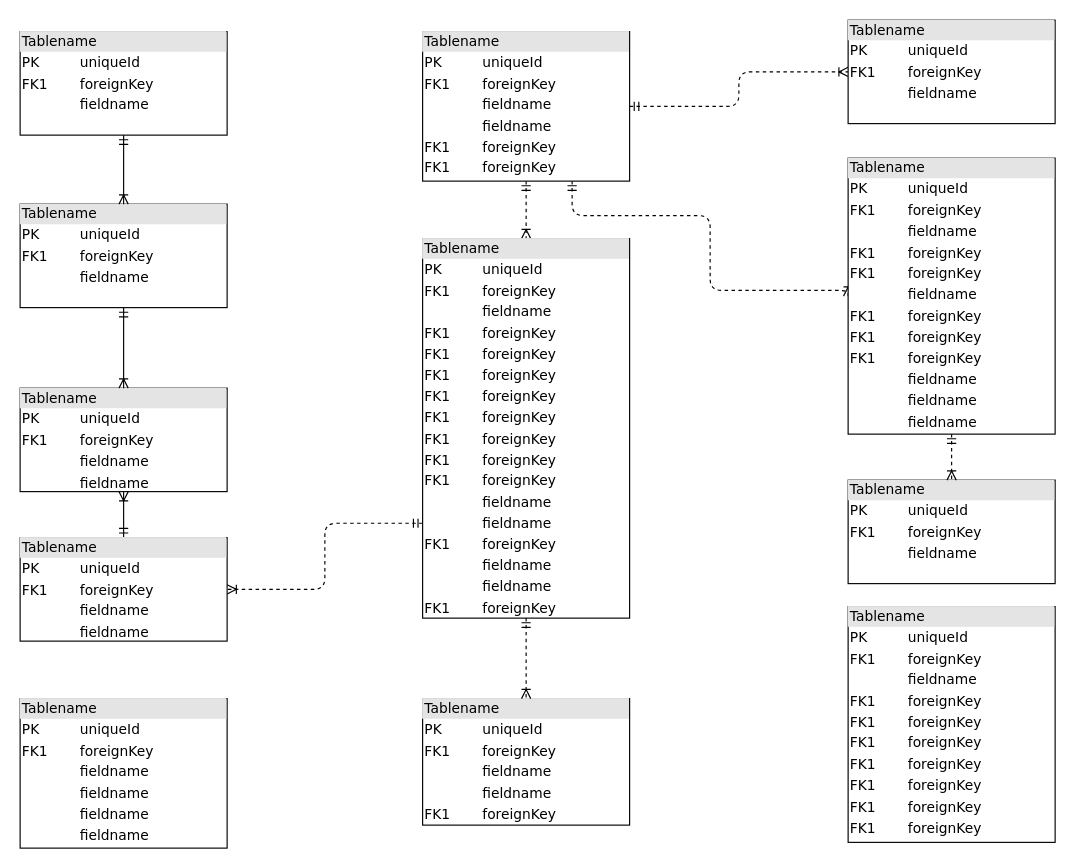
This is Proyecto/BaseDeDatos.drawio from DemiurgeApeiron/A01028325-InternetOfThings, a draw.io file, before an edit. Source tidied: cells renumbered, new cells numbered last; positions are measured from the earlier drawing's top-left corner, leaving out a move shared by most shapes. Both pictures are drawn from the tidied source at 115%, with x=0, y=0 at pixel (20, 20).
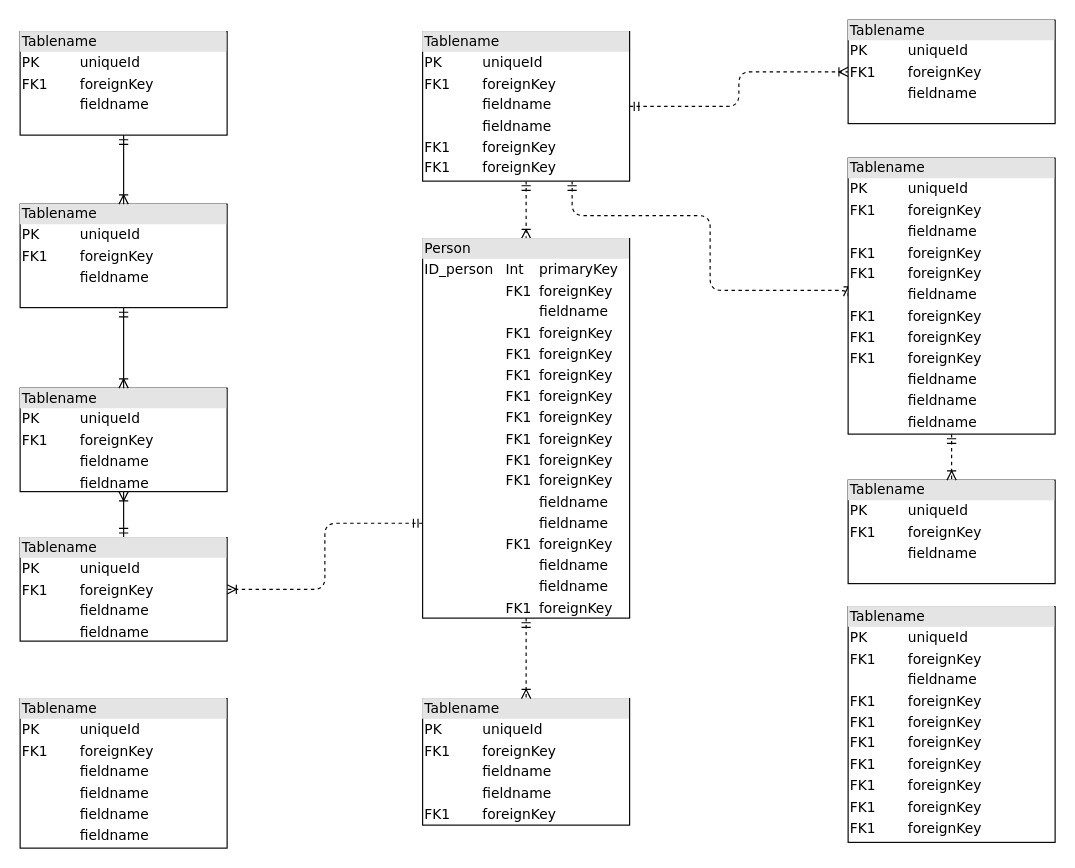
After the change.

The edit, as a diff of the source:
```diff
@@
-    <mxCell id="16" value="&lt;div style=&quot;box-sizing: border-box ; width: 100% ; background: #e4e4e4 ; padding: 2px&quot;&gt;Tablename&lt;/div&gt;&lt;table style=&quot;width: 100% ; font-size: 1em&quot; cellpadding=&quot;2&quot; cellspacing=&quot;0&quot;&gt;&lt;tbody&gt;&lt;tr&gt;&lt;td&gt;PK&lt;/td&gt;&lt;td&gt;uniqueId&lt;/td&gt;&lt;/tr&gt;&lt;tr&gt;&lt;td&gt;FK1&lt;/td&gt;&lt;td&gt;foreignKey&lt;/td&gt;&lt;/tr&gt;&lt;tr&gt;&lt;td&gt;&lt;/td&gt;&lt;td&gt;fieldname&lt;/td&gt;&lt;/tr&gt;&lt;tr&gt;&lt;td&gt;FK1&lt;br&gt;&lt;/td&gt;&lt;td&gt;foreignKey&lt;br&gt;&lt;/td&gt;&lt;/tr&gt;&lt;tr&gt;&lt;td&gt;FK1&lt;br&gt;&lt;/td&gt;&lt;td&gt;foreignKey&lt;br&gt;&lt;/td&gt;&lt;/tr&gt;&lt;tr&gt;&lt;td&gt;FK1&lt;br&gt;&lt;/td&gt;&lt;td&gt;foreignKey&lt;br&gt;&lt;/td&gt;&lt;/tr&gt;&lt;tr&gt;&lt;td&gt;FK1&lt;br&gt;&lt;/td&gt;&lt;td&gt;foreignKey&lt;br&gt;&lt;/td&gt;&lt;/tr&gt;&lt;tr&gt;&lt;td&gt;FK1&lt;br&gt;&lt;/td&gt;&lt;td&gt;foreignKey&lt;br&gt;&lt;/td&gt;&lt;/tr&gt;&lt;tr&gt;&lt;td&gt;FK1&lt;br&gt;&lt;/td&gt;&lt;td&gt;foreignKey&lt;br&gt;&lt;/td&gt;&lt;/tr&gt;&lt;tr&gt;&lt;td&gt;FK1&lt;br&gt;&lt;/td&gt;&lt;td&gt;foreignKey&lt;br&gt;&lt;/td&gt;&lt;/tr&gt;&lt;tr&gt;&lt;td&gt;FK1&lt;br&gt;&lt;/td&gt;&lt;td&gt;foreignKey&lt;br&gt;&lt;/td&gt;&lt;/tr&gt;&lt;tr&gt;&lt;td&gt;&lt;br&gt;&lt;/td&gt;&lt;td&gt;fieldname&lt;br&gt;&lt;/td&gt;&lt;/tr&gt;&lt;tr&gt;&lt;td&gt;&lt;br&gt;&lt;/td&gt;&lt;td&gt;fieldname&lt;br&gt;&lt;/td&gt;&lt;/tr&gt;&lt;tr&gt;&lt;td&gt;FK1&lt;br&gt;&lt;/td&gt;&lt;td&gt;foreignKey&lt;br&gt;&lt;/td&gt;&lt;/tr&gt;&lt;tr&gt;&lt;td&gt;&lt;br&gt;&lt;/td&gt;&lt;td&gt;fieldname&lt;br&gt;&lt;/td&gt;&lt;/tr&gt;&lt;tr&gt;&lt;td&gt;&lt;br&gt;&lt;/td&gt;&lt;td&gt;fieldname&lt;br&gt;&lt;/td&gt;&lt;/tr&gt;&lt;tr&gt;&lt;td&gt;FK1&lt;br&gt;&lt;/td&gt;&lt;td&gt;foreignKey&lt;br&gt;&lt;/td&gt;&lt;/tr&gt;&lt;/tbody&gt;&lt;/table&gt;" style="verticalAlign=top;align=left;overflow=fill;html=1;rounded=0;shadow=0;comic=0;labelBackgroundColor=none;strokeWidth=1;fontFamily=Verdana;fontSize=12;" parent="1" vertex="1">
+    <mxCell id="16" value="&lt;div style=&quot;box-sizing: border-box ; width: 100% ; background: #e4e4e4 ; padding: 2px&quot;&gt;Person&lt;/div&gt;&lt;table style=&quot;width: 100% ; font-size: 1em&quot; cellspacing=&quot;0&quot; cellpadding=&quot;2&quot;&gt;&lt;tbody&gt;&lt;tr&gt;&lt;td&gt;ID_person&lt;br&gt;&lt;/td&gt;&lt;td&gt;Int&lt;/td&gt;&lt;td&gt;primaryKey&lt;/td&gt;&lt;/tr&gt;&lt;tr&gt;&lt;td&gt;&lt;br&gt;&lt;/td&gt;&lt;td&gt;FK1&lt;/td&gt;&lt;td&gt;foreignKey&lt;/td&gt;&lt;/tr&gt;&lt;tr&gt;&lt;td&gt;&lt;br&gt;&lt;/td&gt;&lt;td&gt;&lt;br&gt;&lt;/td&gt;&lt;td&gt;fieldname&lt;/td&gt;&lt;/tr&gt;&lt;tr&gt;&lt;td&gt;&lt;br&gt;&lt;/td&gt;&lt;td&gt;FK1&lt;br&gt;&lt;/td&gt;&lt;td&gt;foreignKey&lt;br&gt;&lt;/td&gt;&lt;/tr&gt;&lt;tr&gt;&lt;td&gt;&lt;br&gt;&lt;/td&gt;&lt;td&gt;FK1&lt;br&gt;&lt;/td&gt;&lt;td&gt;foreignKey&lt;br&gt;&lt;/td&gt;&lt;/tr&gt;&lt;tr&gt;&lt;td&gt;&lt;br&gt;&lt;/td&gt;&lt;td&gt;FK1&lt;br&gt;&lt;/td&gt;&lt;td&gt;foreignKey&lt;br&gt;&lt;/td&gt;&lt;/tr&gt;&lt;tr&gt;&lt;td&gt;&lt;br&gt;&lt;/td&gt;&lt;td&gt;FK1&lt;br&gt;&lt;/td&gt;&lt;td&gt;foreignKey&lt;br&gt;&lt;/td&gt;&lt;/tr&gt;&lt;tr&gt;&lt;td&gt;&lt;br&gt;&lt;/td&gt;&lt;td&gt;FK1&lt;br&gt;&lt;/td&gt;&lt;td&gt;foreignKey&lt;br&gt;&lt;/td&gt;&lt;/tr&gt;&lt;tr&gt;&lt;td&gt;&lt;br&gt;&lt;/td&gt;&lt;td&gt;FK1&lt;br&gt;&lt;/td&gt;&lt;td&gt;foreignKey&lt;br&gt;&lt;/td&gt;&lt;/tr&gt;&lt;tr&gt;&lt;td&gt;&lt;br&gt;&lt;/td&gt;&lt;td&gt;FK1&lt;br&gt;&lt;/td&gt;&lt;td&gt;foreignKey&lt;br&gt;&lt;/td&gt;&lt;/tr&gt;&lt;tr&gt;&lt;td&gt;&lt;br&gt;&lt;/td&gt;&lt;td&gt;FK1&lt;br&gt;&lt;/td&gt;&lt;td&gt;foreignKey&lt;br&gt;&lt;/td&gt;&lt;/tr&gt;&lt;tr&gt;&lt;td&gt;&lt;br&gt;&lt;/td&gt;&lt;td&gt;&lt;br&gt;&lt;/td&gt;&lt;td&gt;fieldname&lt;br&gt;&lt;/td&gt;&lt;/tr&gt;&lt;tr&gt;&lt;td&gt;&lt;br&gt;&lt;/td&gt;&lt;td&gt;&lt;br&gt;&lt;/td&gt;&lt;td&gt;fieldname&lt;br&gt;&lt;/td&gt;&lt;/tr&gt;&lt;tr&gt;&lt;td&gt;&lt;br&gt;&lt;/td&gt;&lt;td&gt;FK1&lt;br&gt;&lt;/td&gt;&lt;td&gt;foreignKey&lt;br&gt;&lt;/td&gt;&lt;/tr&gt;&lt;tr&gt;&lt;td&gt;&lt;br&gt;&lt;/td&gt;&lt;td&gt;&lt;br&gt;&lt;/td&gt;&lt;td&gt;fieldname&lt;br&gt;&lt;/td&gt;&lt;/tr&gt;&lt;tr&gt;&lt;td&gt;&lt;br&gt;&lt;/td&gt;&lt;td&gt;&lt;br&gt;&lt;/td&gt;&lt;td&gt;fieldname&lt;br&gt;&lt;/td&gt;&lt;/tr&gt;&lt;tr&gt;&lt;td&gt;&lt;br&gt;&lt;/td&gt;&lt;td&gt;FK1&lt;br&gt;&lt;/td&gt;&lt;td&gt;foreignKey&lt;br&gt;&lt;/td&gt;&lt;/tr&gt;&lt;/tbody&gt;&lt;/table&gt;" style="verticalAlign=top;align=left;overflow=fill;html=1;rounded=0;shadow=0;comic=0;labelBackgroundColor=none;strokeWidth=1;fontFamily=Verdana;fontSize=12;" parent="1" vertex="1">
       <mxGeometry x="350" y="190" width="180" height="330" as="geometry" />
     </mxCell>
```
